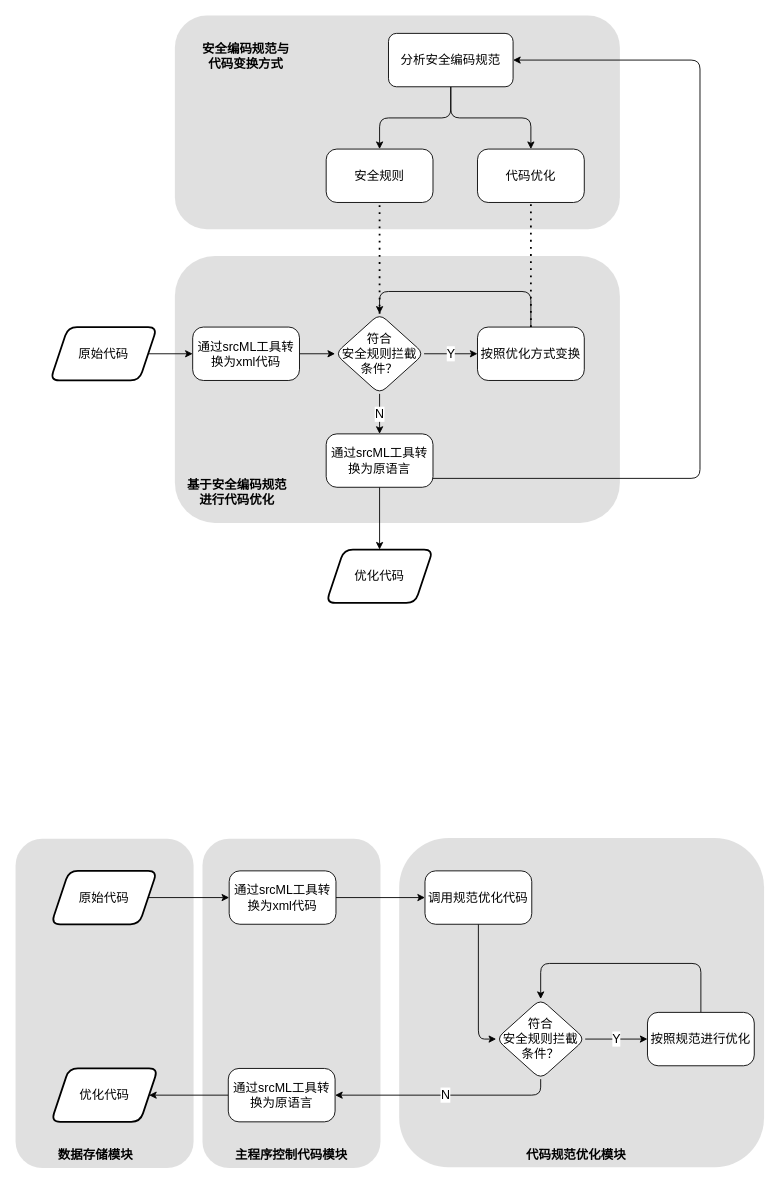
Earlier version of the draw.io diagram 未命名绘图.drawio (z5833999/C-3). Source tidied: cells renumbered, new cells numbered last; positions are measured from the earlier drawing's top-left corner, leaving out a move shared by most shapes. Both pictures are drawn from the tidied source at 89%, with x=0, y=0 at pixel (15, 15).
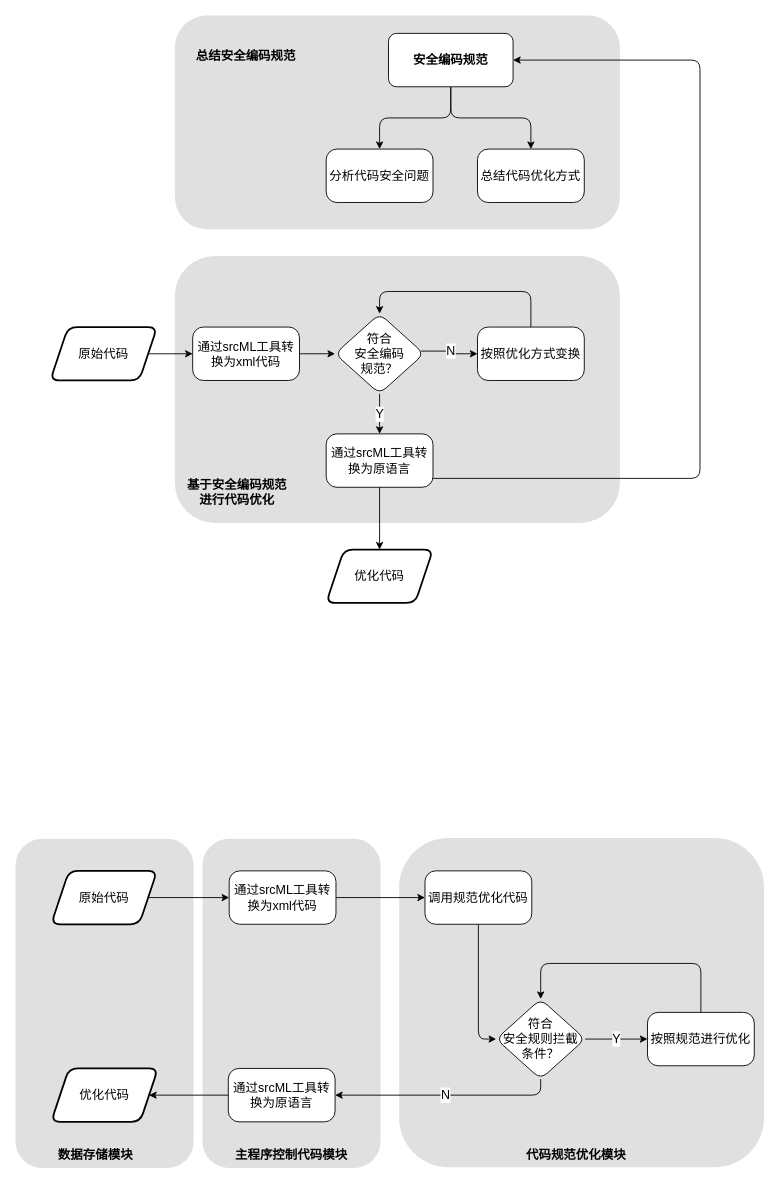
The same diagram, later.

Commit message:
更新未命名绘图.drawio

The change refers to these unchanged cells:
```xml
<mxCell id="14" value="按照优化方式变换" style="whiteSpace=wrap;html=1;fontFamily=Helvetica;arcSize=20;rounded=1;fontSize=14;" parent="1" vertex="1">
  <mxGeometry x="519" y="350" width="120" height="60" as="geometry" />
</mxCell>
<mxCell id="17" value="通过srcML工具转换为原语言" style="whiteSpace=wrap;html=1;fontFamily=Helvetica;arcSize=20;rounded=1;fontSize=14;" parent="1" vertex="1">
  <mxGeometry x="349" y="470" width="120" height="60" as="geometry" />
</mxCell>
```

Change to the diagram source:
```diff
@@
-    <mxCell id="10" value="Y" style="edgeStyle=orthogonalEdgeStyle;rounded=0;jettySize=auto;html=1;fontFamily=Helvetica;arcSize=20;fontSize=14;" parent="1" edge="1" source="12" target="14">
-      <mxGeometry relative="1" as="geometry" />
+    <mxCell id="10" value="N" style="edgeStyle=orthogonalEdgeStyle;rounded=0;jettySize=auto;html=1;fontFamily=Helvetica;arcSize=20;fontSize=14;" parent="1" edge="1" source="12" target="14">
+      <mxGeometry relative="1" as="geometry">
+        <Array as="points">
+          <mxPoint x="489" y="377" />
+          <mxPoint x="489" y="380" />
+        </Array>
+      </mxGeometry>
     </mxCell>
-    <mxCell id="11" value="N" style="edgeStyle=orthogonalEdgeStyle;rounded=0;jettySize=auto;html=1;fontFamily=Helvetica;arcSize=20;fontSize=14;" parent="1" edge="1" source="12" target="17">
+    <mxCell id="11" value="Y" style="edgeStyle=orthogonalEdgeStyle;rounded=0;jettySize=auto;html=1;fontFamily=Helvetica;arcSize=20;fontSize=14;" parent="1" edge="1" source="12" target="17">
       <mxGeometry relative="1" as="geometry" />
     </mxCell>
-    <mxCell id="12" value="符合&lt;br style=&quot;font-size: 14px;&quot;&gt;安全规则拦截&lt;br style=&quot;font-size: 14px;&quot;&gt;条件？" style="rhombus;whiteSpace=wrap;html=1;fontFamily=Helvetica;arcSize=20;rounded=1;fontSize=14;" parent="1" vertex="1">
+    <mxCell id="12" value="符合&lt;br&gt;安全编码&lt;br&gt;规范？" style="rhombus;whiteSpace=wrap;html=1;fontFamily=Helvetica;arcSize=20;rounded=1;fontSize=14;" parent="1" vertex="1">
       <mxGeometry x="359" y="335" width="100" height="90" as="geometry" />
     </mxCell>
@@
-    <mxCell id="20" value="安全规则" style="whiteSpace=wrap;html=1;fontFamily=Helvetica;arcSize=20;rounded=1;fontSize=14;" parent="1" vertex="1">
+    <mxCell id="20" value="分析代码安全问题" style="whiteSpace=wrap;html=1;fontFamily=Helvetica;arcSize=20;rounded=1;fontSize=14;" parent="1" vertex="1">
       <mxGeometry x="349" y="150" width="120" height="60" as="geometry" />
     </mxCell>
-    <mxCell id="21" value="代码优化" style="whiteSpace=wrap;html=1;fontFamily=Helvetica;arcSize=20;rounded=1;fontSize=14;" parent="1" vertex="1">
+    <mxCell id="21" value="总结代码优化方式" style="whiteSpace=wrap;html=1;fontFamily=Helvetica;arcSize=20;rounded=1;fontSize=14;" parent="1" vertex="1">
       <mxGeometry x="519" y="150" width="120" height="60" as="geometry" />
     </mxCell>
@@
-    <mxCell id="24" value="分析安全编码规范" style="rounded=1;whiteSpace=wrap;html=1;fontFamily=Helvetica;fontSize=14;" parent="1" vertex="1">
+    <mxCell id="24" value="&lt;b&gt;安全编码规范&lt;/b&gt;" style="rounded=1;whiteSpace=wrap;html=1;fontFamily=Helvetica;fontSize=14;" parent="1" vertex="1">
       <mxGeometry x="419" y="20" width="140" height="60" as="geometry" />
     </mxCell>
@@
-    <mxCell id="26" value="安全编码规范与&lt;br&gt;代码变换方式" style="text;html=1;strokeColor=none;fillColor=none;align=center;verticalAlign=middle;whiteSpace=wrap;rounded=0;strokeWidth=2;fontSize=14;fontStyle=1;" parent="1" vertex="1">
+    <mxCell id="26" value="总结安全编码规范" style="text;html=1;strokeColor=none;fillColor=none;align=center;verticalAlign=middle;whiteSpace=wrap;rounded=0;strokeWidth=2;fontSize=14;fontStyle=1;" parent="1" vertex="1">
       <mxGeometry x="199" y="30" width="120" height="30" as="geometry" />
     </mxCell>
-    <mxCell id="27" style="endArrow=none;dashed=1;html=1;dashPattern=1 3;strokeWidth=2;rounded=0;entryX=0.5;entryY=1;entryDx=0;entryDy=0;exitX=0.5;exitY=0;exitDx=0;exitDy=0;" parent="1" edge="1" source="12" target="20">
-      <mxGeometry relative="1" as="geometry" />
-    </mxCell>
-    <mxCell id="28" style="endArrow=none;dashed=1;html=1;dashPattern=1 3;strokeWidth=2;rounded=0;entryX=0.5;entryY=1;entryDx=0;entryDy=0;exitX=0.5;exitY=0;exitDx=0;exitDy=0;" parent="1" edge="1" source="14" target="21">
-      <mxGeometry relative="1" as="geometry" />
-    </mxCell>
```
